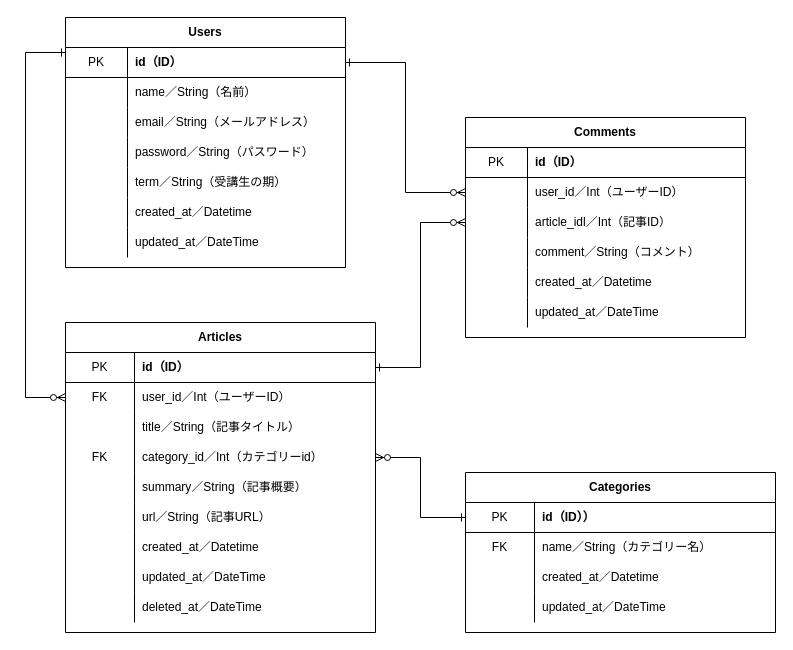
Above: development-document/ER図.drawio in nakasan773/docker-test (draw.io), before the change. Source tidied: cells renumbered, new cells numbered last; positions are measured from the earlier drawing's top-left corner, leaving out a move shared by most shapes. Both pictures are drawn from the tidied source at 100%, with x=0, y=0 at pixel (25, 17).
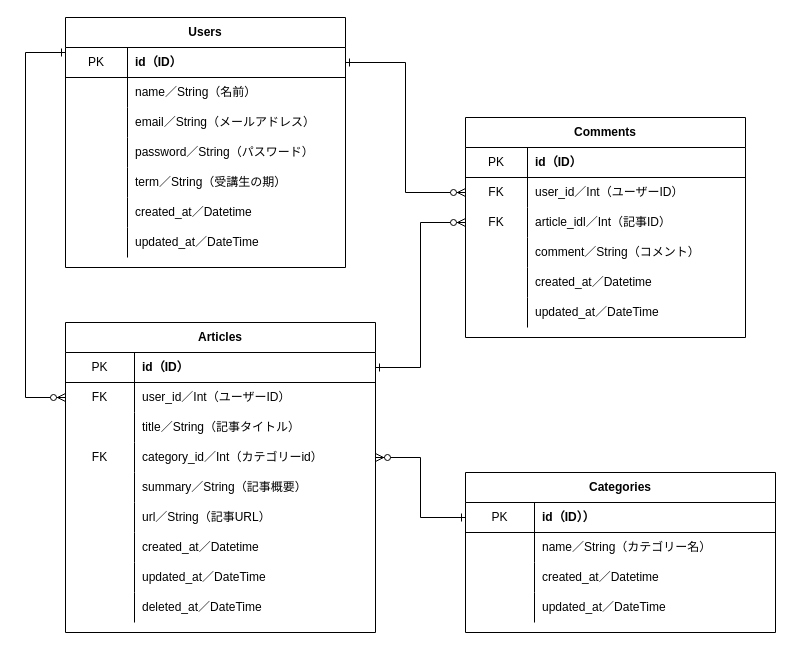
After the change.

Commit message (it also covers changes not shown here):
ER図の誤記修正

The change refers to these unchanged cells:
```xml
<mxCell id="6" style="shape=partialRectangle;html=1;whiteSpace=wrap;fillColor=none;top=0;left=0;bottom=0;right=0;points=[[0,0.5],[1,0.5]];portConstraint=eastwest;" parent="2" vertex="1">
  <mxGeometry y="60" width="280" height="30" as="geometry" />
</mxCell>
<mxCell id="9" style="shape=partialRectangle;html=1;whiteSpace=wrap;fillColor=none;top=0;left=0;bottom=0;right=0;points=[[0,0.5],[1,0.5]];portConstraint=eastwest;" parent="2" vertex="1">
  <mxGeometry y="90" width="280" height="30" as="geometry" />
</mxCell>
<mxCell id="53" style="shape=partialRectangle;html=1;whiteSpace=wrap;fillColor=none;top=0;left=0;bottom=0;right=0;" parent="49" vertex="1">
  <mxGeometry y="60" width="310" height="30" as="geometry" />
</mxCell>
```

Change to the diagram source:
```diff
@@
-    <mxCell id="7" style="shape=partialRectangle;html=1;whiteSpace=wrap;fillColor=none;top=0;left=0;bottom=0;right=0;overflow=hidden;" parent="6" vertex="1">
+    <mxCell id="7" value="&lt;span&gt;FK&lt;/span&gt;" style="shape=partialRectangle;html=1;whiteSpace=wrap;fillColor=none;top=0;left=0;bottom=0;right=0;overflow=hidden;" parent="6" vertex="1">
       <mxGeometry width="62" height="30" as="geometry" />
     </mxCell>
@@
-    <mxCell id="10" style="shape=partialRectangle;html=1;whiteSpace=wrap;fillColor=none;top=0;left=0;bottom=0;right=0;overflow=hidden;" parent="9" vertex="1">
+    <mxCell id="10" value="&lt;span&gt;FK&lt;/span&gt;" style="shape=partialRectangle;html=1;whiteSpace=wrap;fillColor=none;top=0;left=0;bottom=0;right=0;overflow=hidden;" parent="9" vertex="1">
       <mxGeometry width="62" height="30" as="geometry" />
     </mxCell>
@@
-    <mxCell id="54" value="FK" style="shape=partialRectangle;html=1;whiteSpace=wrap;fillColor=none;top=0;left=0;bottom=0;right=0;overflow=hidden;" parent="53" vertex="1">
+    <mxCell id="54" style="shape=partialRectangle;html=1;whiteSpace=wrap;fillColor=none;top=0;left=0;bottom=0;right=0;overflow=hidden;" parent="53" vertex="1">
       <mxGeometry width="69" height="30" as="geometry" />
     </mxCell>
```
